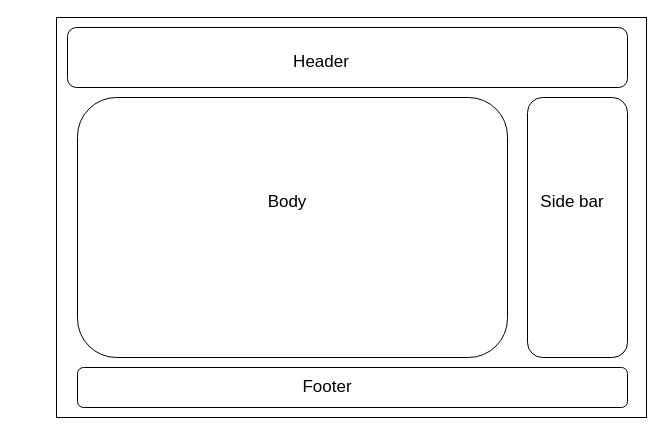
pavantamidala/yt-video-diagrams keeps this draw.io diagram as html css layout.drawio. Above is the earlier version. Source tidied: cells renumbered, new cells numbered last; positions are measured from the earlier drawing's top-left corner, leaving out a move shared by most shapes. Both pictures are drawn from the tidied source at 100%, with x=0, y=0 at pixel (56, 17).
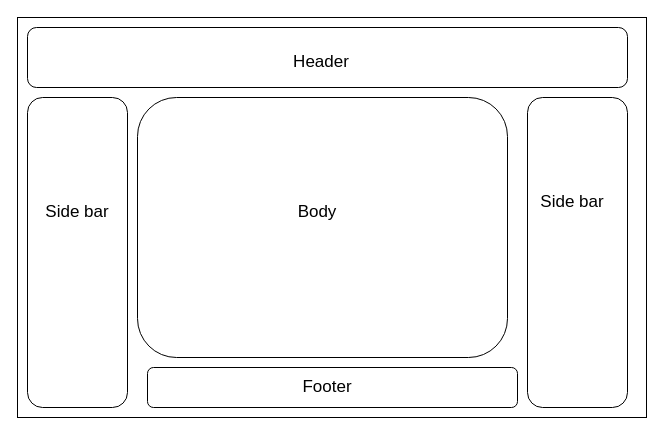
The same page after the edit.

Change to the diagram source:
```diff
@@
 <mxGraphModel>
   <root>
     <mxCell id="0" />
     <mxCell id="1" parent="0" />
     <mxCell id="2" style="rounded=0;whiteSpace=wrap;html=1;" parent="1" vertex="1">
-      <mxGeometry width="590" height="400" as="geometry" />
+      <mxGeometry x="-39" width="629" height="400" as="geometry" />
     </mxCell>
     <mxCell id="3" style="rounded=1;whiteSpace=wrap;html=1;" parent="1" vertex="1">
-      <mxGeometry x="11" y="10" width="560" height="60" as="geometry" />
+      <mxGeometry x="-29" y="10" width="600" height="60" as="geometry" />
     </mxCell>
     <mxCell id="4" style="rounded=1;whiteSpace=wrap;html=1;" parent="1" vertex="1">
-      <mxGeometry x="471" y="80" width="100" height="260" as="geometry" />
+      <mxGeometry x="471" y="80" width="100" height="310" as="geometry" />
     </mxCell>
     <mxCell id="5" style="rounded=1;whiteSpace=wrap;html=1;" parent="1" vertex="1">
-      <mxGeometry x="21" y="350" width="550" height="40" as="geometry" />
+      <mxGeometry x="91" y="350" width="370" height="40" as="geometry" />
     </mxCell>
     <mxCell id="6" style="rounded=1;whiteSpace=wrap;html=1;" parent="1" vertex="1">
-      <mxGeometry x="21" y="80" width="430" height="260" as="geometry" />
+      <mxGeometry x="81" y="80" width="370" height="260" as="geometry" />
     </mxCell>
     <mxCell id="7" value="Body" style="text;html=1;strokeColor=none;fillColor=none;align=center;verticalAlign=middle;whiteSpace=wrap;rounded=0;fontSize=17;" parent="1" vertex="1">
-      <mxGeometry x="201" y="170" width="60" height="30" as="geometry" />
+      <mxGeometry x="231" y="180" width="60" height="30" as="geometry" />
     </mxCell>
     <mxCell id="8" value="Side bar" style="text;html=1;strokeColor=none;fillColor=none;align=center;verticalAlign=middle;whiteSpace=wrap;rounded=0;fontSize=17;" parent="1" vertex="1">
       <mxGeometry x="481" y="170" width="70" height="30" as="geometry" />
     </mxCell>
     <mxCell id="9" value="Header" style="text;html=1;strokeColor=none;fillColor=none;align=center;verticalAlign=middle;whiteSpace=wrap;rounded=0;fontSize=17;" parent="1" vertex="1">
       <mxGeometry x="235" y="30" width="60" height="30" as="geometry" />
     </mxCell>
     <mxCell id="10" value="Footer" style="text;html=1;strokeColor=none;fillColor=none;align=center;verticalAlign=middle;whiteSpace=wrap;rounded=0;fontSize=17;" parent="1" vertex="1">
       <mxGeometry x="241" y="355" width="60" height="30" as="geometry" />
     </mxCell>
+    <mxCell id="11" style="rounded=1;whiteSpace=wrap;html=1;" parent="1" vertex="1">
+      <mxGeometry x="-29" y="80" width="100" height="310" as="geometry" />
+    </mxCell>
+    <mxCell id="12" value="Side bar" style="text;html=1;strokeColor=none;fillColor=none;align=center;verticalAlign=middle;whiteSpace=wrap;rounded=0;fontSize=17;" parent="1" vertex="1">
+      <mxGeometry x="-14" y="180" width="70" height="30" as="geometry" />
+    </mxCell>
   </root>
 </mxGraphModel>
```
